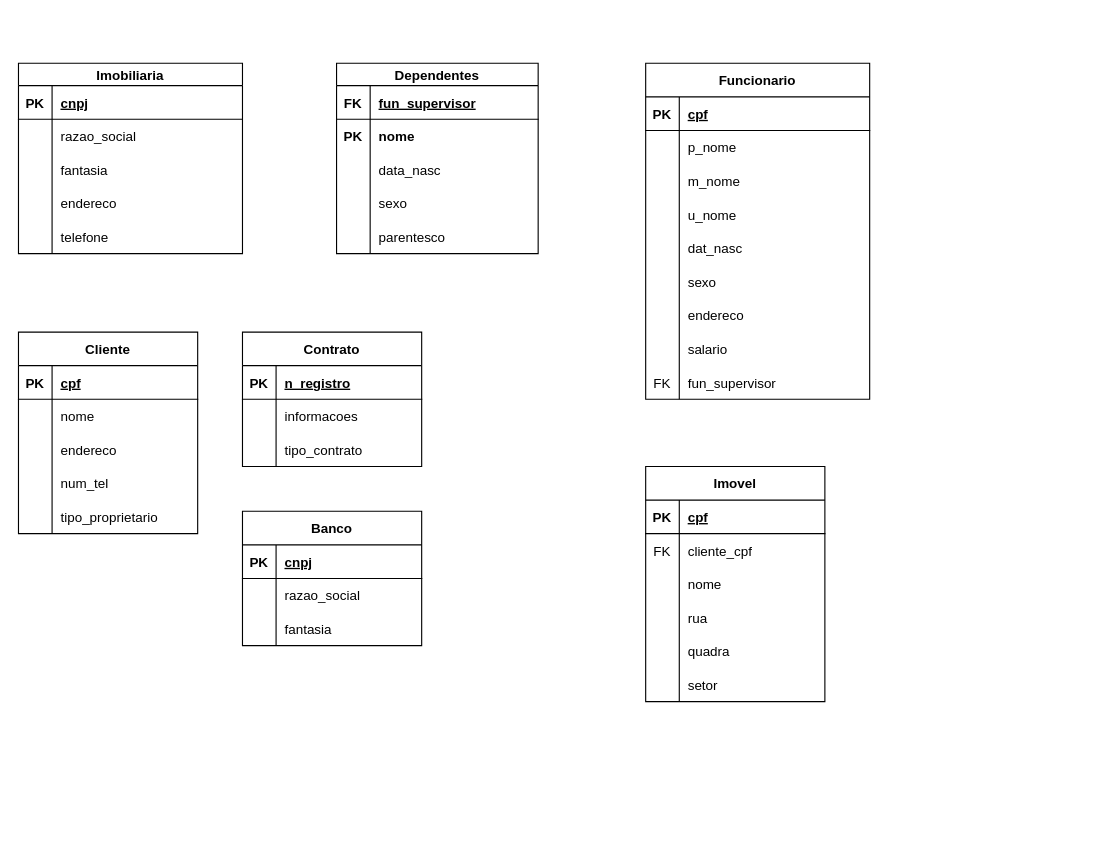
This is Trabalho_BD_MER.drawio from felipe-sartes/felipemelo, a draw.io file, before an edit. Source tidied: cells renumbered, new cells numbered last; positions are measured from the earlier drawing's top-left corner, leaving out a move shared by most shapes. Both pictures are drawn from the tidied source at 112%, with x=0, y=0 at pixel (18, 63).
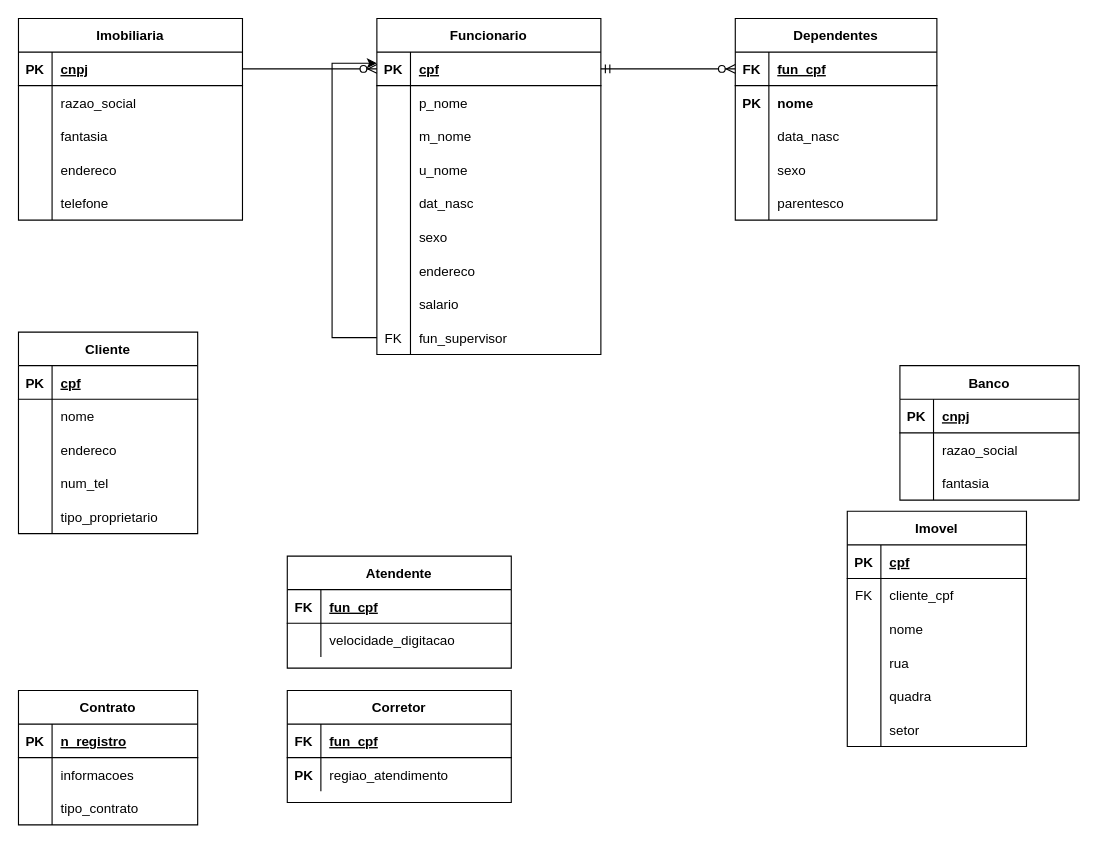
The same diagram, later.

Unchanged cells that the change refers to:
```xml
<mxCell id="19" style="shape=partialRectangle;fillColor=none;top=0;left=0;bottom=1;right=0;points=[[0,0.5],[1,0.5]];portConstraint=eastwest;" parent="18" vertex="1">
  <mxGeometry y="30" width="200" height="30" as="geometry" />
</mxCell>
<mxCell id="43" style="shape=partialRectangle;fillColor=none;top=0;left=0;bottom=0;right=0;points=[[0,0.5],[1,0.5]];portConstraint=eastwest;" parent="18" vertex="1">
  <mxGeometry y="270" width="200" height="30" as="geometry" />
</mxCell>
```

What changed in the source:
```diff
@@
-    <mxCell id="2" value="Imobiliaria" style="shape=table;startSize=20;childLayout=tableLayout;rowLines=0;fontStyle=1;align=center;" parent="1" vertex="1">
-      <mxGeometry width="200" height="170" as="geometry" />
+    <mxCell id="2" value="Imobiliaria" style="shape=table;startSize=30;childLayout=tableLayout;rowLines=0;fontStyle=1;align=center;" parent="1" vertex="1">
+      <mxGeometry y="-40" width="200" height="180" as="geometry" />
     </mxCell>
     <mxCell id="3" style="shape=partialRectangle;fillColor=none;top=0;left=0;bottom=1;right=0;points=[[0,0.5],[1,0.5]];portConstraint=eastwest;" parent="2" vertex="1">
-      <mxGeometry y="20" width="200" height="30" as="geometry" />
+      <mxGeometry y="30" width="200" height="30" as="geometry" />
     </mxCell>
@@
     <mxCell id="6" style="shape=partialRectangle;fillColor=none;top=0;left=0;bottom=0;right=0;" parent="2" vertex="1">
-      <mxGeometry y="50" width="200" height="30" as="geometry" />
+      <mxGeometry y="60" width="200" height="30" as="geometry" />
     </mxCell>
@@
     <mxCell id="9" style="shape=partialRectangle;fillColor=none;top=0;left=0;bottom=0;right=0;" parent="2" vertex="1">
-      <mxGeometry y="80" width="200" height="30" as="geometry" />
+      <mxGeometry y="90" width="200" height="30" as="geometry" />
     </mxCell>
@@
     <mxCell id="12" style="shape=partialRectangle;fillColor=none;top=0;left=0;bottom=0;right=0;" parent="2" vertex="1">
-      <mxGeometry y="110" width="200" height="30" as="geometry" />
+      <mxGeometry y="120" width="200" height="30" as="geometry" />
     </mxCell>
@@
     <mxCell id="15" style="shape=partialRectangle;fillColor=none;top=0;left=0;bottom=0;right=0;" parent="2" vertex="1">
-      <mxGeometry y="140" width="200" height="30" as="geometry" />
+      <mxGeometry y="150" width="200" height="30" as="geometry" />
     </mxCell>
@@
     <mxCell id="18" value="Funcionario" style="shape=table;startSize=30;childLayout=tableLayout;rowLines=0;fontStyle=1;align=center;" parent="1" vertex="1">
-      <mxGeometry x="560" width="200" height="300" as="geometry" />
+      <mxGeometry x="320" y="-40" width="200" height="300" as="geometry" />
     </mxCell>
@@
+    <mxCell id="117" style="edgeStyle=orthogonalEdgeStyle;rounded=0;jettySize=auto;html=1;exitX=0;exitY=0.5;exitDx=0;exitDy=0;entryX=0;entryY=0.333;entryDx=0;entryDy=0;entryPerimeter=0;" parent="18" edge="1" source="43" target="19">
+      <mxGeometry relative="1" as="geometry">
+        <Array as="points">
+          <mxPoint x="-40" y="285" />
+          <mxPoint x="-40" y="40" />
+        </Array>
+      </mxGeometry>
+    </mxCell>
-    <mxCell id="46" value="Dependentes" style="shape=table;startSize=20;childLayout=tableLayout;rowLines=0;fontStyle=1;align=center;" parent="1" vertex="1">
-      <mxGeometry x="284" width="180" height="170" as="geometry" />
+    <mxCell id="46" value="Dependentes" style="shape=table;startSize=30;childLayout=tableLayout;rowLines=0;fontStyle=1;align=center;" parent="1" vertex="1">
+      <mxGeometry x="640" y="-40" width="180" height="180" as="geometry" />
     </mxCell>
     <mxCell id="47" style="shape=partialRectangle;fillColor=none;top=0;left=0;bottom=1;right=0;points=[[0,0.5],[1,0.5]];portConstraint=eastwest;" parent="46" vertex="1">
-      <mxGeometry y="20" width="180" height="30" as="geometry" />
+      <mxGeometry y="30" width="180" height="30" as="geometry" />
     </mxCell>
@@
-    <mxCell id="49" value="fun_supervisor" style="shape=partialRectangle;fillColor=none;top=0;left=0;bottom=0;right=0;align=left;spacingLeft=6;fontStyle=5;overflow=hidden;" parent="47" vertex="1">
+    <mxCell id="49" value="fun_cpf" style="shape=partialRectangle;fillColor=none;top=0;left=0;bottom=0;right=0;align=left;spacingLeft=6;fontStyle=5;overflow=hidden;" parent="47" vertex="1">
       <mxGeometry x="30" width="150" height="30" as="geometry" />
     </mxCell>
     <mxCell id="50" style="shape=partialRectangle;fillColor=none;top=0;left=0;bottom=0;right=0;" parent="46" vertex="1">
-      <mxGeometry y="50" width="180" height="30" as="geometry" />
+      <mxGeometry y="60" width="180" height="30" as="geometry" />
     </mxCell>
@@
     <mxCell id="53" style="shape=partialRectangle;fillColor=none;top=0;left=0;bottom=0;right=0;" parent="46" vertex="1">
-      <mxGeometry y="80" width="180" height="30" as="geometry" />
+      <mxGeometry y="90" width="180" height="30" as="geometry" />
     </mxCell>
@@
     <mxCell id="56" style="shape=partialRectangle;fillColor=none;top=0;left=0;bottom=0;right=0;" parent="46" vertex="1">
-      <mxGeometry y="110" width="180" height="30" as="geometry" />
+      <mxGeometry y="120" width="180" height="30" as="geometry" />
     </mxCell>
@@
     <mxCell id="59" style="shape=partialRectangle;fillColor=none;top=0;left=0;bottom=0;right=0;" parent="46" vertex="1">
-      <mxGeometry y="140" width="180" height="30" as="geometry" />
+      <mxGeometry y="150" width="180" height="30" as="geometry" />
     </mxCell>
@@
     <mxCell id="78" value="Contrato" style="shape=table;startSize=30;childLayout=tableLayout;rowLines=0;fontStyle=1;align=center;" parent="1" vertex="1">
-      <mxGeometry x="200" y="240" width="160" height="120" as="geometry" />
+      <mxGeometry y="560" width="160" height="120" as="geometry" />
     </mxCell>
@@
     <mxCell id="88" value="Banco" style="shape=table;startSize=30;childLayout=tableLayout;rowLines=0;fontStyle=1;align=center;" parent="1" vertex="1">
-      <mxGeometry x="200" y="400" width="160" height="120" as="geometry" />
+      <mxGeometry x="787" y="270" width="160" height="120" as="geometry" />
     </mxCell>
@@
     <mxCell id="98" value="Imovel" style="shape=table;startSize=30;childLayout=tableLayout;rowLines=0;fontStyle=1;align=center;" parent="1" vertex="1">
-      <mxGeometry x="560" y="360" width="160" height="210" as="geometry" />
+      <mxGeometry x="740" y="400" width="160" height="210" as="geometry" />
     </mxCell>
@@
+    <mxCell id="118" style="edgeStyle=entityRelationEdgeStyle;fontSize=12;html=1;endArrow=ERzeroToMany;endFill=1;entryX=0;entryY=0.5;entryDx=0;entryDy=0;exitX=1;exitY=0.5;exitDx=0;exitDy=0;" parent="1" edge="1" source="3" target="19">
+      <mxGeometry relative="1" as="geometry" />
+    </mxCell>
+    <mxCell id="119" style="edgeStyle=entityRelationEdgeStyle;fontSize=12;html=1;endArrow=ERzeroToMany;startArrow=ERmandOne;entryX=0;entryY=0.5;entryDx=0;entryDy=0;exitX=1;exitY=0.5;exitDx=0;exitDy=0;" parent="1" edge="1" source="19" target="47">
+      <mxGeometry relative="1" as="geometry" />
+    </mxCell>
+    <mxCell id="120" value="Atendente" style="shape=table;startSize=30;childLayout=tableLayout;rowLines=0;fontStyle=1;align=center;" parent="1" vertex="1">
+      <mxGeometry x="240" y="440" width="200" height="100" as="geometry" />
+    </mxCell>
+    <mxCell id="121" style="shape=partialRectangle;fillColor=none;top=0;left=0;bottom=1;right=0;" parent="120" vertex="1">
+      <mxGeometry y="30" width="200" height="30" as="geometry" />
+    </mxCell>
+    <mxCell id="122" value="FK" style="shape=partialRectangle;fillColor=none;top=0;left=0;bottom=0;right=0;fontStyle=1;overflow=hidden;" parent="121" vertex="1">
+      <mxGeometry width="30" height="30" as="geometry" />
+    </mxCell>
+    <mxCell id="123" value="fun_cpf" style="shape=partialRectangle;fillColor=none;top=0;left=0;bottom=0;right=0;align=left;spacingLeft=6;fontStyle=5;overflow=hidden;" parent="121" vertex="1">
+      <mxGeometry x="30" width="170" height="30" as="geometry" />
+    </mxCell>
+    <mxCell id="124" style="shape=partialRectangle;fillColor=none;top=0;left=0;bottom=0;right=0;" parent="120" vertex="1">
+      <mxGeometry y="60" width="200" height="30" as="geometry" />
+    </mxCell>
+    <mxCell id="125" style="shape=partialRectangle;fillColor=none;top=0;left=0;bottom=0;right=0;overflow=hidden;" parent="124" vertex="1">
+      <mxGeometry width="30" height="30" as="geometry" />
+    </mxCell>
+    <mxCell id="126" value="velocidade_digitacao" style="shape=partialRectangle;fillColor=none;top=0;left=0;bottom=0;right=0;align=left;spacingLeft=6;overflow=hidden;" parent="124" vertex="1">
+      <mxGeometry x="30" width="170" height="30" as="geometry" />
+    </mxCell>
+    <mxCell id="127" value="Corretor" style="shape=table;startSize=30;childLayout=tableLayout;rowLines=0;fontStyle=1;align=center;" parent="1" vertex="1">
+      <mxGeometry x="240" y="560" width="200" height="100" as="geometry" />
+    </mxCell>
+    <mxCell id="128" style="shape=partialRectangle;fillColor=none;top=0;left=0;bottom=1;right=0;" parent="127" vertex="1">
+      <mxGeometry y="30" width="200" height="30" as="geometry" />
+    </mxCell>
+    <mxCell id="129" value="FK" style="shape=partialRectangle;fillColor=none;top=0;left=0;bottom=0;right=0;fontStyle=1;overflow=hidden;" parent="128" vertex="1">
+      <mxGeometry width="30" height="30" as="geometry" />
+    </mxCell>
+    <mxCell id="130" value="fun_cpf" style="shape=partialRectangle;fillColor=none;top=0;left=0;bottom=0;right=0;align=left;spacingLeft=6;fontStyle=5;overflow=hidden;" parent="128" vertex="1">
+      <mxGeometry x="30" width="170" height="30" as="geometry" />
+    </mxCell>
+    <mxCell id="131" style="shape=partialRectangle;fillColor=none;top=0;left=0;bottom=0;right=0;fontStyle=1;" parent="127" vertex="1">
+      <mxGeometry y="60" width="200" height="30" as="geometry" />
+    </mxCell>
+    <mxCell id="132" value="PK" style="shape=partialRectangle;fillColor=none;top=0;left=0;bottom=0;right=0;overflow=hidden;fontStyle=1;" parent="131" vertex="1">
+      <mxGeometry width="30" height="30" as="geometry" />
+    </mxCell>
+    <mxCell id="133" value="regiao_atendimento" style="shape=partialRectangle;fillColor=none;top=0;left=0;bottom=0;right=0;align=left;spacingLeft=6;overflow=hidden;" parent="131" vertex="1">
+      <mxGeometry x="30" width="170" height="30" as="geometry" />
+    </mxCell>
```
